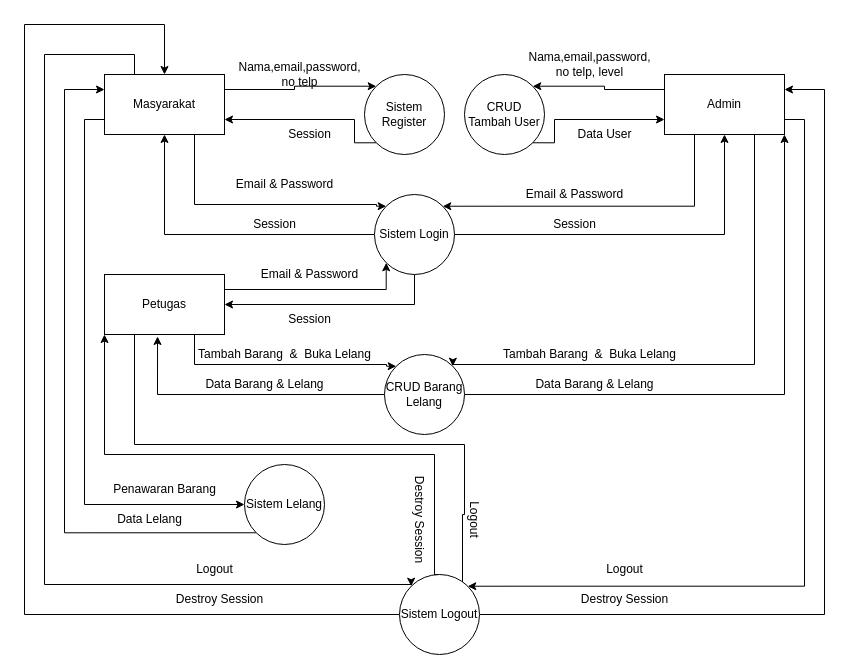
Above: page "DFD" (3 of 7) of Untitled Diagram.drawio in Enricko/UML (draw.io), before the change. Source tidied: cells renumbered, new cells numbered last; positions are measured from the earlier drawing's top-left corner, leaving out a move shared by most shapes. Both pictures are drawn from the tidied source at 100%, with x=0, y=0 at pixel (24, 24).
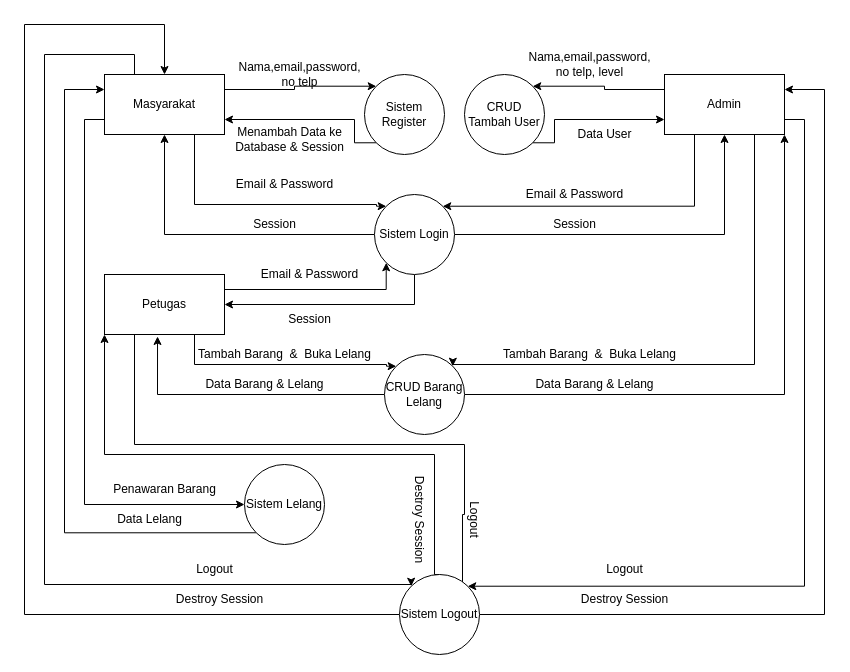
After the change.

Change to the diagram source:
```diff
@@
-    <mxCell id="10" value="Session" style="text;html=1;align=center;verticalAlign=middle;strokeColor=none;fillColor=none;" parent="1" vertex="1">
-      <mxGeometry x="250" y="95" width="70" height="30" as="geometry" />
+    <mxCell id="10" value="Menambah Data ke &lt;br&gt;Database &amp;amp; Session" style="text;html=1;align=center;verticalAlign=middle;strokeColor=none;fillColor=none;" parent="1" vertex="1">
+      <mxGeometry x="200" y="95" width="130" height="40" as="geometry" />
     </mxCell>
```
